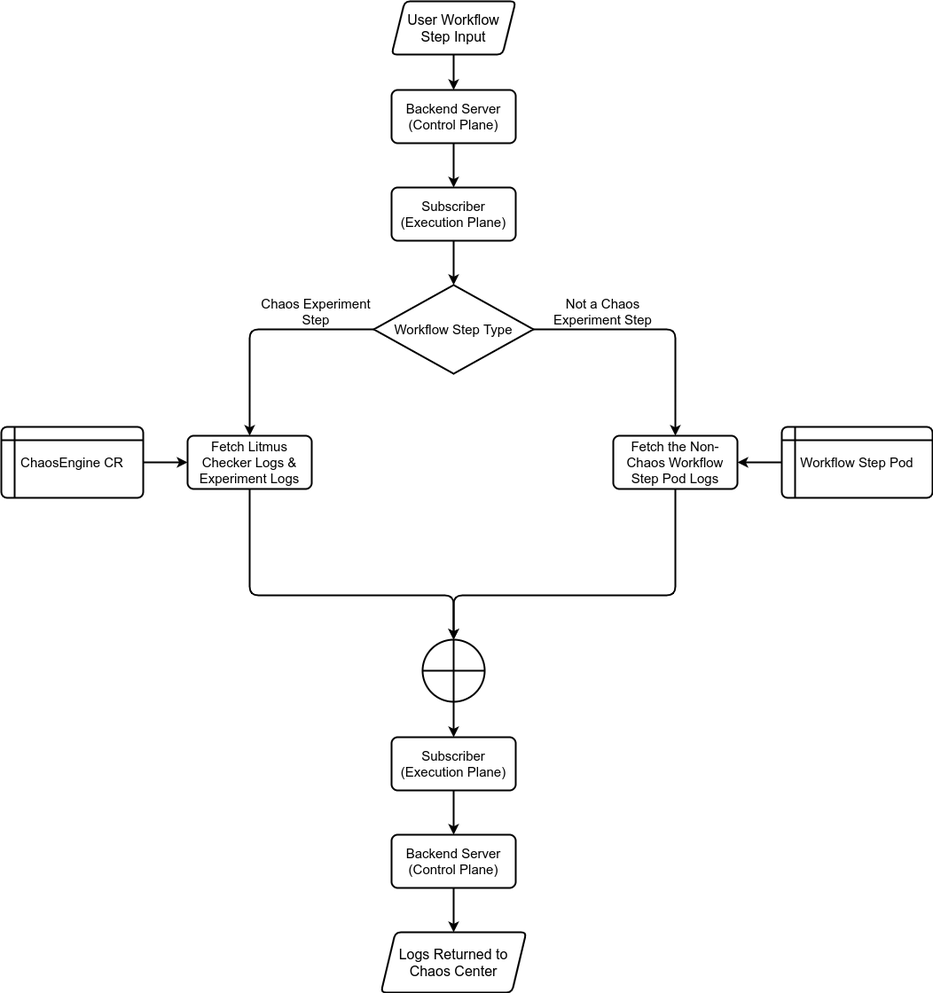
The draw.io diagram website/versioned_docs/version-2.1.0/assets/chaos-observability-flow-logging.png in litmuschaos/litmus-docs, before a commit. Source tidied: cells renumbered, new cells last; positions are measured from the earlier drawing's top-left corner, leaving out a move shared by most shapes. Its diagram source:
```xml
<mxGraphModel>
  <root>
    <mxCell id="0" />
    <mxCell id="1" parent="0" />
    <mxCell id="2" value="Chaos Experiment Step" style="text;html=1;strokeColor=none;fillColor=none;align=center;verticalAlign=middle;whiteSpace=wrap;rounded=0;fontSize=15;" parent="1" vertex="1">
      <mxGeometry x="290" y="340" width="130" height="20" as="geometry" />
    </mxCell>
    <mxCell id="3" value="Not a Chaos Experiment Step" style="text;html=1;strokeColor=none;fillColor=none;align=center;verticalAlign=middle;whiteSpace=wrap;rounded=0;fontSize=15;" parent="1" vertex="1">
      <mxGeometry x="600" y="340" width="156.5" height="20" as="geometry" />
    </mxCell>
    <mxCell id="4" style="edgeStyle=orthogonalEdgeStyle;rounded=0;jettySize=auto;html=1;exitX=0.5;exitY=1;exitDx=0;exitDy=0;entryX=0.5;entryY=0;entryDx=0;entryDy=0;fontSize=15;strokeWidth=2;" parent="1" edge="1" source="5" target="7">
      <mxGeometry relative="1" as="geometry" />
    </mxCell>
    <mxCell id="5" value="&lt;font style=&quot;font-size: 16px&quot;&gt;User Workflow Step Input&lt;/font&gt;" style="shape=parallelogram;html=1;strokeWidth=2;perimeter=parallelogramPerimeter;whiteSpace=wrap;rounded=1;arcSize=12;size=0.10714285714285714;fontSize=15;" parent="1" vertex="1">
      <mxGeometry x="440" width="140" height="60" as="geometry" />
    </mxCell>
    <mxCell id="6" style="edgeStyle=orthogonalEdgeStyle;rounded=0;jettySize=auto;html=1;exitX=0.5;exitY=1;exitDx=0;exitDy=0;fontSize=15;strokeWidth=2;" parent="1" edge="1" source="7" target="9">
      <mxGeometry relative="1" as="geometry" />
    </mxCell>
    <mxCell id="7" value="&lt;span&gt;Backend Server (Control Plane)&lt;/span&gt;" style="rounded=1;whiteSpace=wrap;html=1;absoluteArcSize=1;arcSize=14;strokeWidth=2;fontSize=15;" parent="1" vertex="1">
      <mxGeometry x="440" y="100" width="140" height="60" as="geometry" />
    </mxCell>
    <mxCell id="8" style="edgeStyle=orthogonalEdgeStyle;rounded=0;jettySize=auto;html=1;exitX=0.5;exitY=1;exitDx=0;exitDy=0;entryX=0.5;entryY=0;entryDx=0;entryDy=0;entryPerimeter=0;fontSize=15;strokeWidth=2;" parent="1" edge="1" source="9" target="12">
      <mxGeometry relative="1" as="geometry" />
    </mxCell>
    <mxCell id="9" value="&lt;span&gt;Subscriber (Execution Plane)&lt;/span&gt;" style="rounded=1;whiteSpace=wrap;html=1;absoluteArcSize=1;arcSize=14;strokeWidth=2;fontSize=15;" parent="1" vertex="1">
      <mxGeometry x="440" y="210" width="140" height="60" as="geometry" />
    </mxCell>
    <mxCell id="10" style="edgeStyle=orthogonalEdgeStyle;rounded=1;jettySize=auto;html=1;exitX=1;exitY=0.5;exitDx=0;exitDy=0;exitPerimeter=0;entryX=0.5;entryY=0;entryDx=0;entryDy=0;fontSize=15;strokeWidth=2;" parent="1" edge="1" source="12" target="16">
      <mxGeometry relative="1" as="geometry" />
    </mxCell>
    <mxCell id="11" style="edgeStyle=orthogonalEdgeStyle;rounded=1;jettySize=auto;html=1;exitX=0;exitY=0.5;exitDx=0;exitDy=0;exitPerimeter=0;entryX=0.5;entryY=0;entryDx=0;entryDy=0;fontSize=15;strokeWidth=2;" parent="1" edge="1" source="12" target="14">
      <mxGeometry relative="1" as="geometry">
        <Array as="points">
          <mxPoint x="280" y="370" />
          <mxPoint x="280" y="480" />
        </Array>
      </mxGeometry>
    </mxCell>
    <mxCell id="12" value="&lt;span&gt;Workflow Step Type&lt;/span&gt;" style="strokeWidth=2;html=1;shape=mxgraph.flowchart.decision;whiteSpace=wrap;fontSize=15;" parent="1" vertex="1">
      <mxGeometry x="420" y="320" width="180" height="100" as="geometry" />
    </mxCell>
    <mxCell id="13" style="edgeStyle=orthogonalEdgeStyle;rounded=1;jettySize=auto;html=1;exitX=0.5;exitY=1;exitDx=0;exitDy=0;fontSize=15;strokeWidth=2;" parent="1" edge="1" source="14" target="18">
      <mxGeometry relative="1" as="geometry">
        <Array as="points">
          <mxPoint x="280" y="670" />
          <mxPoint x="510" y="670" />
        </Array>
      </mxGeometry>
    </mxCell>
    <mxCell id="14" value="Fetch Litmus Checker Logs &amp;amp; Experiment Logs" style="rounded=1;whiteSpace=wrap;html=1;absoluteArcSize=1;arcSize=14;strokeWidth=2;fontSize=15;" parent="1" vertex="1">
      <mxGeometry x="210" y="490" width="140" height="60" as="geometry" />
    </mxCell>
    <mxCell id="15" style="edgeStyle=orthogonalEdgeStyle;rounded=1;jettySize=auto;html=1;exitX=0.5;exitY=1;exitDx=0;exitDy=0;entryX=0.5;entryY=0;entryDx=0;entryDy=0;entryPerimeter=0;fontSize=15;strokeWidth=2;" parent="1" edge="1" source="16" target="18">
      <mxGeometry relative="1" as="geometry">
        <Array as="points">
          <mxPoint x="760" y="670" />
          <mxPoint x="510" y="670" />
        </Array>
      </mxGeometry>
    </mxCell>
    <mxCell id="16" value="Fetch the Non-Chaos Workflow Step Pod Logs" style="rounded=1;whiteSpace=wrap;html=1;absoluteArcSize=1;arcSize=14;strokeWidth=2;fontSize=15;" parent="1" vertex="1">
      <mxGeometry x="690" y="490" width="140" height="60" as="geometry" />
    </mxCell>
    <mxCell id="17" style="edgeStyle=orthogonalEdgeStyle;rounded=0;jettySize=auto;html=1;exitX=0.5;exitY=1;exitDx=0;exitDy=0;exitPerimeter=0;entryX=0.5;entryY=0;entryDx=0;entryDy=0;strokeWidth=2;" parent="1" edge="1" source="18" target="25">
      <mxGeometry relative="1" as="geometry" />
    </mxCell>
    <mxCell id="18" style="verticalLabelPosition=bottom;verticalAlign=top;html=1;shape=mxgraph.flowchart.summing_function;fontSize=15;strokeWidth=2;" parent="1" vertex="1">
      <mxGeometry x="475" y="720" width="70" height="70" as="geometry" />
    </mxCell>
    <mxCell id="19" style="edgeStyle=orthogonalEdgeStyle;rounded=1;jettySize=auto;html=1;exitX=1;exitY=0.5;exitDx=0;exitDy=0;entryX=0;entryY=0.5;entryDx=0;entryDy=0;fontSize=15;strokeWidth=2;" parent="1" edge="1" source="20" target="14">
      <mxGeometry relative="1" as="geometry" />
    </mxCell>
    <mxCell id="20" value="ChaosEngine CR" style="shape=internalStorage;whiteSpace=wrap;html=1;dx=15;dy=15;rounded=1;arcSize=8;strokeWidth=2;fontSize=15;" parent="1" vertex="1">
      <mxGeometry y="480" width="160" height="80" as="geometry" />
    </mxCell>
    <mxCell id="21" style="edgeStyle=orthogonalEdgeStyle;rounded=1;jettySize=auto;html=1;exitX=0;exitY=0.5;exitDx=0;exitDy=0;entryX=1;entryY=0.5;entryDx=0;entryDy=0;fontSize=15;strokeWidth=2;" parent="1" edge="1" source="22" target="16">
      <mxGeometry relative="1" as="geometry" />
    </mxCell>
    <mxCell id="22" value="Workflow Step Pod" style="shape=internalStorage;whiteSpace=wrap;html=1;dx=15;dy=15;rounded=1;arcSize=8;strokeWidth=2;fontSize=15;" parent="1" vertex="1">
      <mxGeometry x="880" y="480" width="170" height="80" as="geometry" />
    </mxCell>
    <mxCell id="23" value="&lt;font style=&quot;font-size: 16px&quot;&gt;Logs Returned to Chaos Center&lt;/font&gt;" style="shape=parallelogram;html=1;strokeWidth=2;perimeter=parallelogramPerimeter;whiteSpace=wrap;rounded=1;arcSize=12;size=0.10060975609756098;fontSize=15;" parent="1" vertex="1">
      <mxGeometry x="428" y="1050" width="164" height="68" as="geometry" />
    </mxCell>
    <mxCell id="24" style="edgeStyle=orthogonalEdgeStyle;rounded=0;jettySize=auto;html=1;exitX=0.5;exitY=1;exitDx=0;exitDy=0;fontSize=15;strokeWidth=2;" parent="1" edge="1" source="25" target="27">
      <mxGeometry relative="1" as="geometry" />
    </mxCell>
    <mxCell id="25" value="Subscriber (Execution Plane)&lt;span&gt;&lt;br&gt;&lt;/span&gt;" style="rounded=1;whiteSpace=wrap;html=1;absoluteArcSize=1;arcSize=14;strokeWidth=2;fontSize=15;" parent="1" vertex="1">
      <mxGeometry x="440" y="830" width="140" height="60" as="geometry" />
    </mxCell>
    <mxCell id="26" style="edgeStyle=orthogonalEdgeStyle;rounded=0;jettySize=auto;html=1;exitX=0.5;exitY=1;exitDx=0;exitDy=0;entryX=0.5;entryY=0;entryDx=0;entryDy=0;strokeWidth=2;" parent="1" edge="1" source="27" target="23">
      <mxGeometry relative="1" as="geometry" />
    </mxCell>
    <mxCell id="27" value="&lt;span&gt;Backend Server (Control Plane)&lt;/span&gt;" style="rounded=1;whiteSpace=wrap;html=1;absoluteArcSize=1;arcSize=14;strokeWidth=2;fontSize=15;" parent="1" vertex="1">
      <mxGeometry x="440" y="940" width="140" height="60" as="geometry" />
    </mxCell>
  </root>
</mxGraphModel>
```
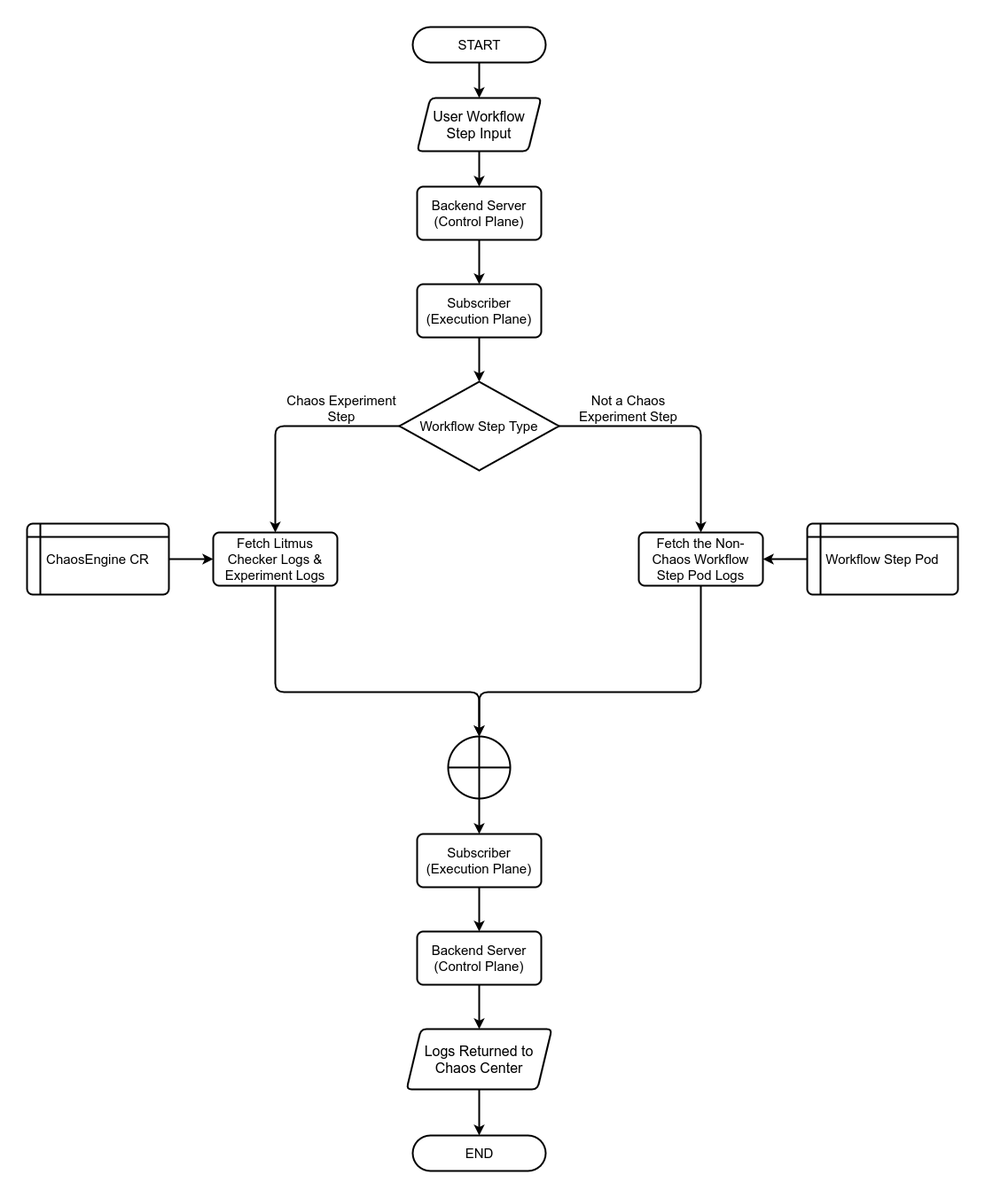
Later version of the same file.

The edit, as a diff of the source:
```diff
@@ -2,6 +2,9 @@
   <root>
     <mxCell id="0" />
     <mxCell id="1" parent="0" />
+    <mxCell id="28" style="rounded=0;whiteSpace=wrap;html=1;strokeColor=none;" parent="1" vertex="1">
+      <mxGeometry x="-30" y="-110" width="1110" height="1350" as="geometry" />
+    </mxCell>
     <mxCell id="2" value="Chaos Experiment Step" style="text;html=1;strokeColor=none;fillColor=none;align=center;verticalAlign=middle;whiteSpace=wrap;rounded=0;fontSize=15;" parent="1" vertex="1">
       <mxGeometry x="290" y="340" width="130" height="20" as="geometry" />
     </mxCell>
@@ -80,6 +83,9 @@
     <mxCell id="22" value="Workflow Step Pod" style="shape=internalStorage;whiteSpace=wrap;html=1;dx=15;dy=15;rounded=1;arcSize=8;strokeWidth=2;fontSize=15;" parent="1" vertex="1">
       <mxGeometry x="880" y="480" width="170" height="80" as="geometry" />
     </mxCell>
+    <mxCell id="29" style="edgeStyle=none;curved=1;rounded=0;jettySize=auto;html=1;exitX=0.5;exitY=1;exitDx=0;exitDy=0;entryX=0.5;entryY=0.5;entryDx=0;entryDy=-20;entryPerimeter=0;fontSize=2;endArrow=classic;endFill=1;sourcePerimeterSpacing=8;targetPerimeterSpacing=8;strokeWidth=2;" parent="1" edge="1" source="23" target="32">
+      <mxGeometry relative="1" as="geometry" />
+    </mxCell>
     <mxCell id="23" value="&lt;font style=&quot;font-size: 16px&quot;&gt;Logs Returned to Chaos Center&lt;/font&gt;" style="shape=parallelogram;html=1;strokeWidth=2;perimeter=parallelogramPerimeter;whiteSpace=wrap;rounded=1;arcSize=12;size=0.10060975609756098;fontSize=15;" parent="1" vertex="1">
       <mxGeometry x="428" y="1050" width="164" height="68" as="geometry" />
     </mxCell>
@@ -95,5 +101,14 @@
     <mxCell id="27" value="&lt;span&gt;Backend Server (Control Plane)&lt;/span&gt;" style="rounded=1;whiteSpace=wrap;html=1;absoluteArcSize=1;arcSize=14;strokeWidth=2;fontSize=15;" parent="1" vertex="1">
       <mxGeometry x="440" y="940" width="140" height="60" as="geometry" />
     </mxCell>
+    <mxCell id="30" style="edgeStyle=none;curved=1;rounded=0;jettySize=auto;html=1;exitX=0.5;exitY=0.5;exitDx=0;exitDy=20;exitPerimeter=0;entryX=0.5;entryY=0;entryDx=0;entryDy=0;endArrow=classic;sourcePerimeterSpacing=8;targetPerimeterSpacing=8;strokeWidth=2;endFill=1;" parent="1" edge="1" source="31" target="5">
+      <mxGeometry relative="1" as="geometry" />
+    </mxCell>
+    <mxCell id="31" value="&lt;font style=&quot;font-size: 15px&quot;&gt;START&lt;/font&gt;" style="html=1;dashed=0;whitespace=wrap;shape=mxgraph.dfd.start;hachureGap=4;strokeWidth=2;" parent="1" vertex="1">
+      <mxGeometry x="435" y="-80" width="150" height="40" as="geometry" />
+    </mxCell>
+    <mxCell id="32" value="&lt;font style=&quot;font-size: 15px&quot;&gt;END&lt;/font&gt;" style="html=1;dashed=0;whitespace=wrap;shape=mxgraph.dfd.start;hachureGap=4;strokeWidth=2;" parent="1" vertex="1">
+      <mxGeometry x="435" y="1170" width="150" height="40" as="geometry" />
+    </mxCell>
   </root>
 </mxGraphModel>
```
